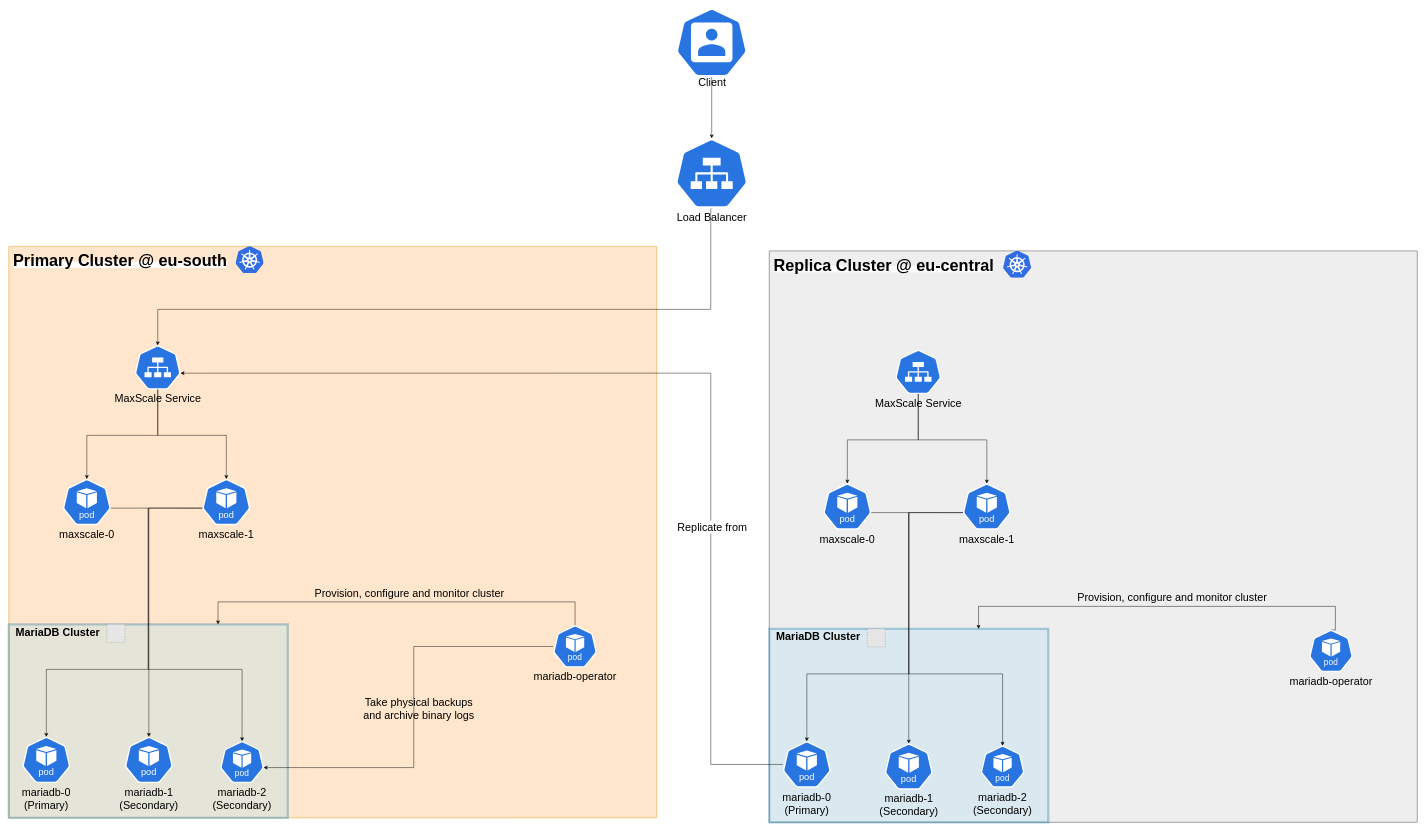
Before: docs/assets/multi-cluster.drawio in mariadb-operator/mariadb-operator, a draw.io diagram. Source tidied: cells renumbered, new cells numbered last; positions are measured from the earlier drawing's top-left corner, leaving out a move shared by most shapes. Both pictures are drawn from the tidied source at 45%, with x=0, y=0 at pixel (9, 8). Pictures stored in the file or linked from it are replaced by grey dashed boxes.
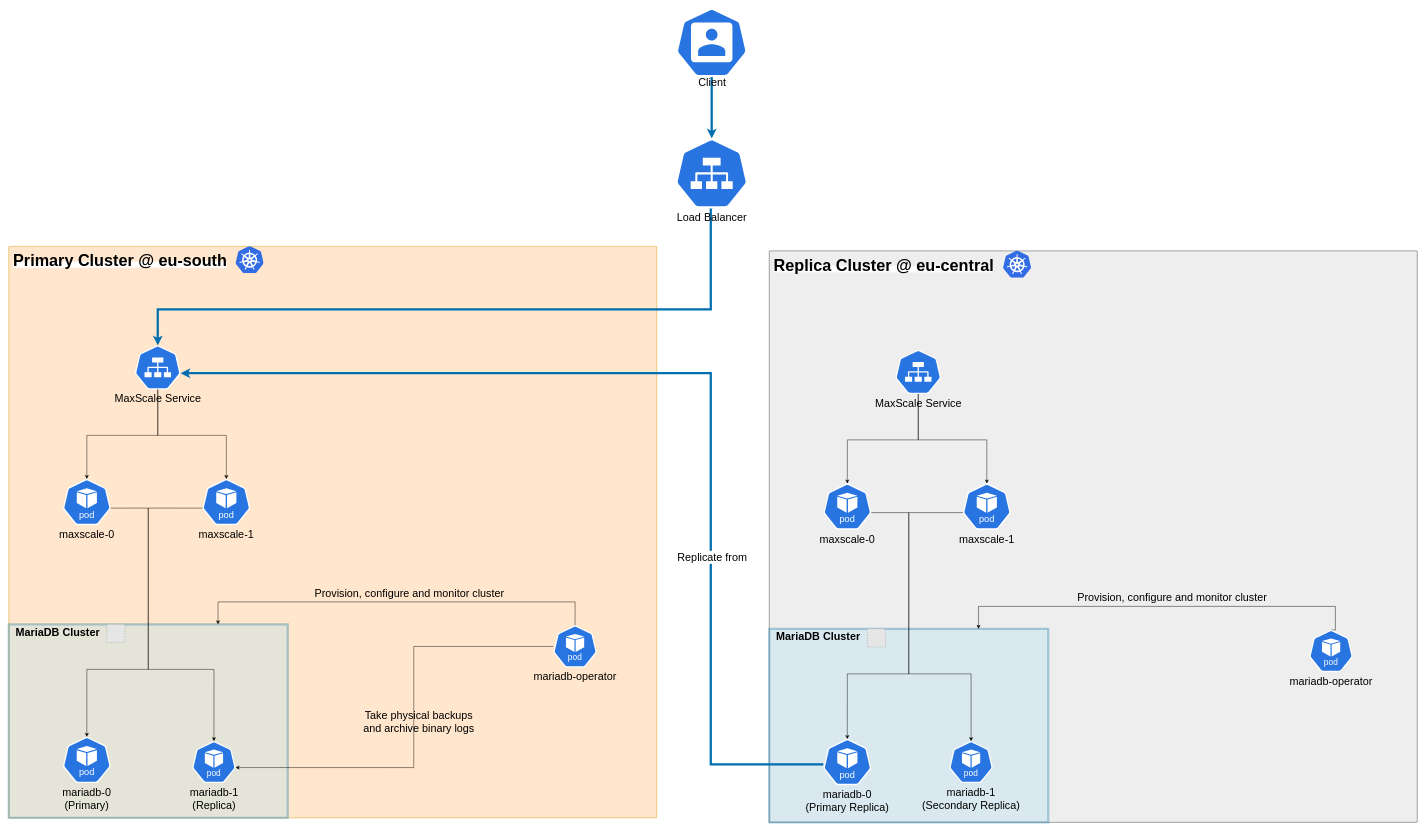
The same diagram, later.

Unchanged cells that the change refers to:
```xml
<mxCell id="7" value="MaxScale Service" style="sketch=0;html=1;dashed=0;whitespace=wrap;verticalLabelPosition=bottom;verticalAlign=top;fillColor=#2875E2;strokeColor=#ffffff;points=[[0.005,0.63,0],[0.1,0.2,0],[0.9,0.2,0],[0.5,0,0],[0.995,0.63,0],[0.72,0.99,0],[0.5,1,0],[0.28,0.99,0]];shape=mxgraph.kubernetes.icon2;prIcon=svc;fontSize=24;" parent="1" vertex="1">
  <mxGeometry x="280" y="750" width="102.1" height="98" as="geometry" />
</mxCell>
<mxCell id="9" value="&lt;span&gt;maxscale-0&lt;/span&gt;" style="sketch=0;html=1;dashed=0;whitespace=wrap;verticalLabelPosition=bottom;verticalAlign=top;fillColor=#2875E2;strokeColor=#ffffff;points=[[0.005,0.63,0],[0.1,0.2,0],[0.9,0.2,0],[0.5,0,0],[0.995,0.63,0],[0.72,0.99,0],[0.5,1,0],[0.28,0.99,0]];shape=mxgraph.kubernetes.icon2;kubernetesLabel=1;prIcon=pod;fontSize=24;" parent="1" vertex="1">
  <mxGeometry x="120" y="1047" width="106.9" height="102.6" as="geometry" />
</mxCell>
<mxCell id="11" value="&lt;span&gt;maxscale-1&lt;/span&gt;" style="sketch=0;html=1;dashed=0;whitespace=wrap;verticalLabelPosition=bottom;verticalAlign=top;fillColor=#2875E2;strokeColor=#ffffff;points=[[0.005,0.63,0],[0.1,0.2,0],[0.9,0.2,0],[0.5,0,0],[0.995,0.63,0],[0.72,0.99,0],[0.5,1,0],[0.28,0.99,0]];shape=mxgraph.kubernetes.icon2;kubernetesLabel=1;prIcon=pod;fontSize=24;" parent="1" vertex="1">
  <mxGeometry x="430" y="1047" width="106.9" height="102.6" as="geometry" />
</mxCell>
<mxCell id="18" style="sketch=0;html=1;dashed=0;whitespace=wrap;verticalLabelPosition=bottom;verticalAlign=top;fillColor=#2875E2;strokeColor=#ffffff;points=[[0.005,0.63,0],[0.1,0.2,0],[0.9,0.2,0],[0.5,0,0],[0.995,0.63,0],[0.72,0.99,0],[0.5,1,0],[0.28,0.99,0]];shape=mxgraph.kubernetes.icon2;prIcon=user;" parent="1" vertex="1">
  <mxGeometry x="1482.1" width="160" height="153.6" as="geometry" />
</mxCell>
<mxCell id="34" value="&lt;span&gt;maxscale-0&lt;/span&gt;" style="sketch=0;html=1;dashed=0;whitespace=wrap;verticalLabelPosition=bottom;verticalAlign=top;fillColor=#2875E2;strokeColor=#ffffff;points=[[0.005,0.63,0],[0.1,0.2,0],[0.9,0.2,0],[0.5,0,0],[0.995,0.63,0],[0.72,0.99,0],[0.5,1,0],[0.28,0.99,0]];shape=mxgraph.kubernetes.icon2;kubernetesLabel=1;prIcon=pod;fontSize=24;" parent="1" vertex="1">
  <mxGeometry x="1810" y="1057" width="106.9" height="102.6" as="geometry" />
</mxCell>
<mxCell id="36" value="&lt;span&gt;maxscale-1&lt;/span&gt;" style="sketch=0;html=1;dashed=0;whitespace=wrap;verticalLabelPosition=bottom;verticalAlign=top;fillColor=#2875E2;strokeColor=#ffffff;points=[[0.005,0.63,0],[0.1,0.2,0],[0.9,0.2,0],[0.5,0,0],[0.995,0.63,0],[0.72,0.99,0],[0.5,1,0],[0.28,0.99,0]];shape=mxgraph.kubernetes.icon2;kubernetesLabel=1;prIcon=pod;fontSize=24;" parent="1" vertex="1">
  <mxGeometry x="2120" y="1057" width="106.9" height="102.6" as="geometry" />
</mxCell>
<mxCell id="48" value="Load Balancer" style="sketch=0;html=1;dashed=0;whitespace=wrap;verticalLabelPosition=bottom;verticalAlign=top;fillColor=#2875E2;strokeColor=#ffffff;points=[[0.005,0.63,0],[0.1,0.2,0],[0.9,0.2,0],[0.5,0,0],[0.995,0.63,0],[0.72,0.99,0],[0.5,1,0],[0.28,0.99,0]];shape=mxgraph.kubernetes.icon2;prIcon=svc;fontSize=24;" parent="1" vertex="1">
  <mxGeometry x="1481" y="290" width="162.1" height="155.6" as="geometry" />
</mxCell>
```

What changed in the source:
```diff
@@
     <mxCell id="5" value="&lt;font&gt;mariadb-0&lt;br&gt;(Primary)&lt;/font&gt;" style="sketch=0;html=1;dashed=0;whitespace=wrap;verticalLabelPosition=bottom;verticalAlign=top;fillColor=#2875E2;strokeColor=#ffffff;points=[[0.005,0.63,0],[0.1,0.2,0],[0.9,0.2,0],[0.5,0,0],[0.995,0.63,0],[0.72,0.99,0],[0.5,1,0],[0.28,0.99,0]];shape=mxgraph.kubernetes.icon2;kubernetesLabel=1;prIcon=pod;fontSize=24;" parent="1" vertex="1">
-      <mxGeometry x="30" y="1620" width="106.9" height="102.6" as="geometry" />
+      <mxGeometry x="120" y="1620" width="106.9" height="102.6" as="geometry" />
     </mxCell>
-    <mxCell id="6" value="&lt;font&gt;mariadb-1&lt;br&gt;(Secondary)&lt;/font&gt;" style="sketch=0;html=1;dashed=0;whitespace=wrap;verticalLabelPosition=bottom;verticalAlign=top;fillColor=#2875E2;strokeColor=#ffffff;points=[[0.005,0.63,0],[0.1,0.2,0],[0.9,0.2,0],[0.5,0,0],[0.995,0.63,0],[0.72,0.99,0],[0.5,1,0],[0.28,0.99,0]];shape=mxgraph.kubernetes.icon2;kubernetesLabel=1;prIcon=pod;fontSize=24;" parent="1" vertex="1">
-      <mxGeometry x="257.9" y="1620" width="106.9" height="102.6" as="geometry" />
-    </mxCell>
@@
-    <mxCell id="8" value="&lt;font&gt;mariadb-2&lt;/font&gt;&lt;div&gt;&lt;font&gt;(Secondary)&lt;/font&gt;&lt;/div&gt;" style="sketch=0;html=1;dashed=0;whitespace=wrap;verticalLabelPosition=bottom;verticalAlign=top;fillColor=#2875E2;strokeColor=#ffffff;points=[[0.005,0.63,0],[0.1,0.2,0],[0.9,0.2,0],[0.5,0,0],[0.995,0.63,0],[0.72,0.99,0],[0.5,1,0],[0.28,0.99,0]];shape=mxgraph.kubernetes.icon2;kubernetesLabel=1;prIcon=pod;fontSize=24;" parent="1" vertex="1">
-      <mxGeometry x="470" y="1629.6" width="96.9" height="93" as="geometry" />
+    <mxCell id="8" value="&lt;font&gt;mariadb-1&lt;/font&gt;&lt;div&gt;&lt;font&gt;(Replica)&lt;/font&gt;&lt;/div&gt;" style="sketch=0;html=1;dashed=0;whitespace=wrap;verticalLabelPosition=bottom;verticalAlign=top;fillColor=#2875E2;strokeColor=#ffffff;points=[[0.005,0.63,0],[0.1,0.2,0],[0.9,0.2,0],[0.5,0,0],[0.995,0.63,0],[0.72,0.99,0],[0.5,1,0],[0.28,0.99,0]];shape=mxgraph.kubernetes.icon2;kubernetesLabel=1;prIcon=pod;fontSize=24;" parent="1" vertex="1">
+      <mxGeometry x="407.5" y="1629.6" width="96.9" height="93" as="geometry" />
     </mxCell>
@@
-    <mxCell id="10" style="edgeStyle=orthogonalEdgeStyle;rounded=0;jettySize=auto;html=1;exitX=0.005;exitY=0.63;exitDx=0;exitDy=0;exitPerimeter=0;entryX=0.5;entryY=0;entryDx=0;entryDy=0;entryPerimeter=0;" parent="1" edge="1" source="11" target="6">
-      <mxGeometry relative="1" as="geometry" />
-    </mxCell>
@@
-    <mxCell id="19" style="edgeStyle=orthogonalEdgeStyle;rounded=0;jettySize=auto;html=1;entryX=0.5;entryY=0;entryDx=0;entryDy=0;entryPerimeter=0;" parent="1" edge="1" source="18" target="48">
+    <mxCell id="19" style="edgeStyle=orthogonalEdgeStyle;rounded=0;jettySize=auto;html=1;entryX=0.5;entryY=0;entryDx=0;entryDy=0;entryPerimeter=0;strokeWidth=5;fillColor=#1ba1e2;strokeColor=#006EAF;" parent="1" edge="1" source="18" target="48">
       <mxGeometry relative="1" as="geometry" />
     </mxCell>
@@
     <mxCell id="23" style="edgeStyle=orthogonalEdgeStyle;rounded=0;jettySize=auto;html=1;exitX=0.995;exitY=0.63;exitDx=0;exitDy=0;exitPerimeter=0;entryX=0.5;entryY=0;entryDx=0;entryDy=0;entryPerimeter=0;" parent="1" edge="1" source="9" target="5">
       <mxGeometry relative="1" as="geometry">
         <Array as="points">
           <mxPoint x="310" y="1112" />
           <mxPoint x="310" y="1470" />
-          <mxPoint x="83" y="1470" />
+          <mxPoint x="173" y="1470" />
+          <mxPoint x="173" y="1620" />
         </Array>
       </mxGeometry>
     </mxCell>
     <mxCell id="24" style="edgeStyle=orthogonalEdgeStyle;rounded=0;jettySize=auto;html=1;exitX=0.005;exitY=0.63;exitDx=0;exitDy=0;exitPerimeter=0;entryX=0.5;entryY=0;entryDx=0;entryDy=0;entryPerimeter=0;" parent="1" edge="1" source="11" target="8">
       <mxGeometry relative="1" as="geometry">
         <Array as="points">
           <mxPoint x="310" y="1112" />
           <mxPoint x="310" y="1470" />
-          <mxPoint x="518" y="1470" />
+          <mxPoint x="456" y="1470" />
         </Array>
       </mxGeometry>
     </mxCell>
-    <mxCell id="25" style="edgeStyle=orthogonalEdgeStyle;rounded=0;jettySize=auto;html=1;exitX=0.5;exitY=1;exitDx=0;exitDy=0;exitPerimeter=0;entryX=0.5;entryY=0;entryDx=0;entryDy=0;entryPerimeter=0;" parent="1" edge="1" source="48" target="7">
+    <mxCell id="25" style="edgeStyle=orthogonalEdgeStyle;rounded=0;jettySize=auto;html=1;exitX=0.5;exitY=1;exitDx=0;exitDy=0;exitPerimeter=0;entryX=0.5;entryY=0;entryDx=0;entryDy=0;entryPerimeter=0;strokeWidth=5;fillColor=#1ba1e2;strokeColor=#006EAF;" parent="1" edge="1" source="48" target="7">
       <mxGeometry relative="1" as="geometry">
         <Array as="points">
           <mxPoint x="1560" y="296" />
           <mxPoint x="1560" y="670" />
           <mxPoint x="331" y="670" />
         </Array>
       </mxGeometry>
     </mxCell>
@@
-    <mxCell id="30" value="&lt;font&gt;mariadb-0&lt;br&gt;(Primary)&lt;/font&gt;" style="sketch=0;html=1;dashed=0;whitespace=wrap;verticalLabelPosition=bottom;verticalAlign=top;fillColor=#2875E2;strokeColor=#ffffff;points=[[0.005,0.63,0],[0.1,0.2,0],[0.9,0.2,0],[0.5,0,0],[0.995,0.63,0],[0.72,0.99,0],[0.5,1,0],[0.28,0.99,0]];shape=mxgraph.kubernetes.icon2;kubernetesLabel=1;prIcon=pod;fontSize=24;" parent="1" vertex="1">
-      <mxGeometry x="1720" y="1630" width="106.9" height="102.6" as="geometry" />
+    <mxCell id="30" value="&lt;font&gt;mariadb-0&lt;br&gt;(Primary Replica)&lt;/font&gt;" style="sketch=0;html=1;dashed=0;whitespace=wrap;verticalLabelPosition=bottom;verticalAlign=top;fillColor=#2875E2;strokeColor=#ffffff;points=[[0.005,0.63,0],[0.1,0.2,0],[0.9,0.2,0],[0.5,0,0],[0.995,0.63,0],[0.72,0.99,0],[0.5,1,0],[0.28,0.99,0]];shape=mxgraph.kubernetes.icon2;kubernetesLabel=1;prIcon=pod;fontSize=24;" parent="1" vertex="1">
+      <mxGeometry x="1810" y="1624.8" width="106.9" height="102.6" as="geometry" />
     </mxCell>
-    <mxCell id="31" value="&lt;font&gt;mariadb-1&lt;br&gt;(Secondary)&lt;/font&gt;" style="sketch=0;html=1;dashed=0;whitespace=wrap;verticalLabelPosition=bottom;verticalAlign=top;fillColor=#2875E2;strokeColor=#ffffff;points=[[0.005,0.63,0],[0.1,0.2,0],[0.9,0.2,0],[0.5,0,0],[0.995,0.63,0],[0.72,0.99,0],[0.5,1,0],[0.28,0.99,0]];shape=mxgraph.kubernetes.icon2;kubernetesLabel=1;prIcon=pod;fontSize=24;" parent="1" vertex="1">
-      <mxGeometry x="1946.6" y="1634.8" width="106.9" height="102.6" as="geometry" />
-    </mxCell>
@@
-    <mxCell id="33" value="&lt;font&gt;mariadb-2&lt;/font&gt;&lt;div&gt;&lt;font&gt;(Secondary)&lt;/font&gt;&lt;/div&gt;" style="sketch=0;html=1;dashed=0;whitespace=wrap;verticalLabelPosition=bottom;verticalAlign=top;fillColor=#2875E2;strokeColor=#ffffff;points=[[0.005,0.63,0],[0.1,0.2,0],[0.9,0.2,0],[0.5,0,0],[0.995,0.63,0],[0.72,0.99,0],[0.5,1,0],[0.28,0.99,0]];shape=mxgraph.kubernetes.icon2;kubernetesLabel=1;prIcon=pod;fontSize=24;" parent="1" vertex="1">
-      <mxGeometry x="2160" y="1639.6" width="96.9" height="93" as="geometry" />
+    <mxCell id="33" value="&lt;font&gt;mariadb-1&lt;/font&gt;&lt;div&gt;&lt;font&gt;(Secondary Replica)&lt;/font&gt;&lt;/div&gt;" style="sketch=0;html=1;dashed=0;whitespace=wrap;verticalLabelPosition=bottom;verticalAlign=top;fillColor=#2875E2;strokeColor=#ffffff;points=[[0.005,0.63,0],[0.1,0.2,0],[0.9,0.2,0],[0.5,0,0],[0.995,0.63,0],[0.72,0.99,0],[0.5,1,0],[0.28,0.99,0]];shape=mxgraph.kubernetes.icon2;kubernetesLabel=1;prIcon=pod;fontSize=24;" parent="1" vertex="1">
+      <mxGeometry x="2090" y="1629.6" width="96.9" height="93" as="geometry" />
     </mxCell>
@@
-    <mxCell id="35" style="edgeStyle=orthogonalEdgeStyle;rounded=0;jettySize=auto;html=1;exitX=0.005;exitY=0.63;exitDx=0;exitDy=0;exitPerimeter=0;entryX=0.5;entryY=0;entryDx=0;entryDy=0;entryPerimeter=0;" parent="1" edge="1" source="36" target="31">
-      <mxGeometry relative="1" as="geometry" />
-    </mxCell>
@@
     <mxCell id="43" style="edgeStyle=orthogonalEdgeStyle;rounded=0;jettySize=auto;html=1;exitX=0.995;exitY=0.63;exitDx=0;exitDy=0;exitPerimeter=0;entryX=0.5;entryY=0;entryDx=0;entryDy=0;entryPerimeter=0;" parent="1" edge="1" source="34" target="30">
       <mxGeometry relative="1" as="geometry">
         <Array as="points">
           <mxPoint x="2000" y="1122" />
           <mxPoint x="2000" y="1480" />
-          <mxPoint x="1773" y="1480" />
+          <mxPoint x="1863" y="1480" />
+          <mxPoint x="1863" y="1625" />
         </Array>
       </mxGeometry>
     </mxCell>
     <mxCell id="44" style="edgeStyle=orthogonalEdgeStyle;rounded=0;jettySize=auto;html=1;exitX=0.005;exitY=0.63;exitDx=0;exitDy=0;exitPerimeter=0;entryX=0.5;entryY=0;entryDx=0;entryDy=0;entryPerimeter=0;" parent="1" edge="1" source="36" target="33">
       <mxGeometry relative="1" as="geometry">
         <Array as="points">
-          <mxPoint x="2000" y="1122" />
+          <mxPoint x="2000" y="1121" />
           <mxPoint x="2000" y="1480" />
-          <mxPoint x="2208" y="1480" />
+          <mxPoint x="2138" y="1480" />
         </Array>
       </mxGeometry>
     </mxCell>
@@
-    <mxCell id="46" style="edgeStyle=orthogonalEdgeStyle;rounded=0;jettySize=auto;html=1;entryX=0.995;entryY=0.63;entryDx=0;entryDy=0;entryPerimeter=0;" parent="1" edge="1" source="30" target="7">
+    <mxCell id="46" style="edgeStyle=orthogonalEdgeStyle;rounded=0;jettySize=auto;html=1;entryX=0.995;entryY=0.63;entryDx=0;entryDy=0;entryPerimeter=0;strokeWidth=5;fillColor=#1ba1e2;strokeColor=#006EAF;" parent="1" edge="1" source="30" target="7">
       <mxGeometry relative="1" as="geometry">
         <Array as="points">
           <mxPoint x="1560" y="1681" />
           <mxPoint x="1560" y="812" />
         </Array>
       </mxGeometry>
     </mxCell>
```
